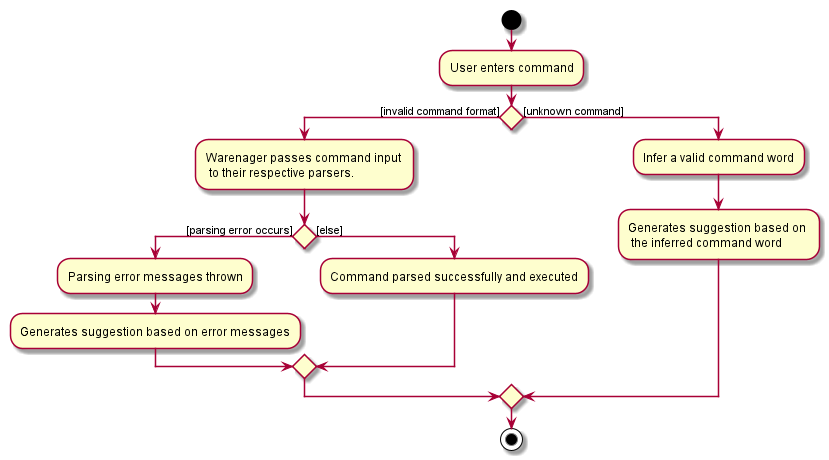
nus-cs2103-AY2021S1/tp keeps this PlantUML diagram as docs/images/SuggestionActivityDiagram.png. Above is the earlier version.
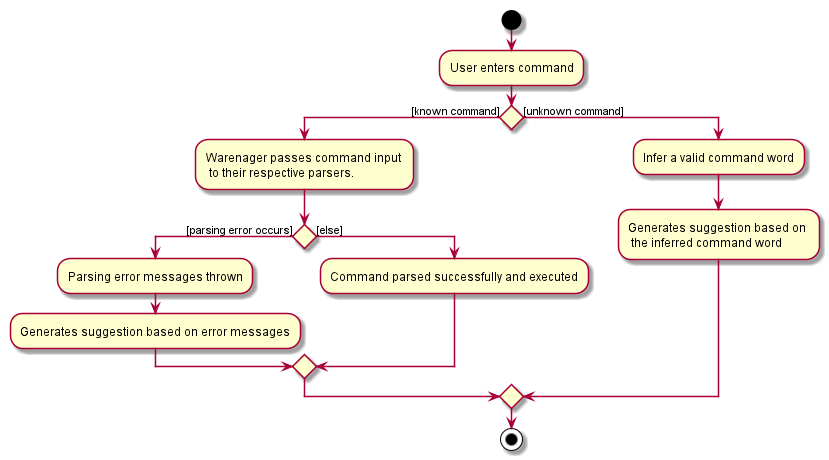
After the commit.

Commit message:
Add update activity diagram

Change to the diagram source:
```diff
@@ -3,7 +3,7 @@
 :User enters command;
 
 
-if () then ([invalid command format])
+if () then ([known command])
     :Warenager passes command input \n to their respective parsers.;
     if () then ([parsing error occurs])
         :Parsing error messages thrown;
```
